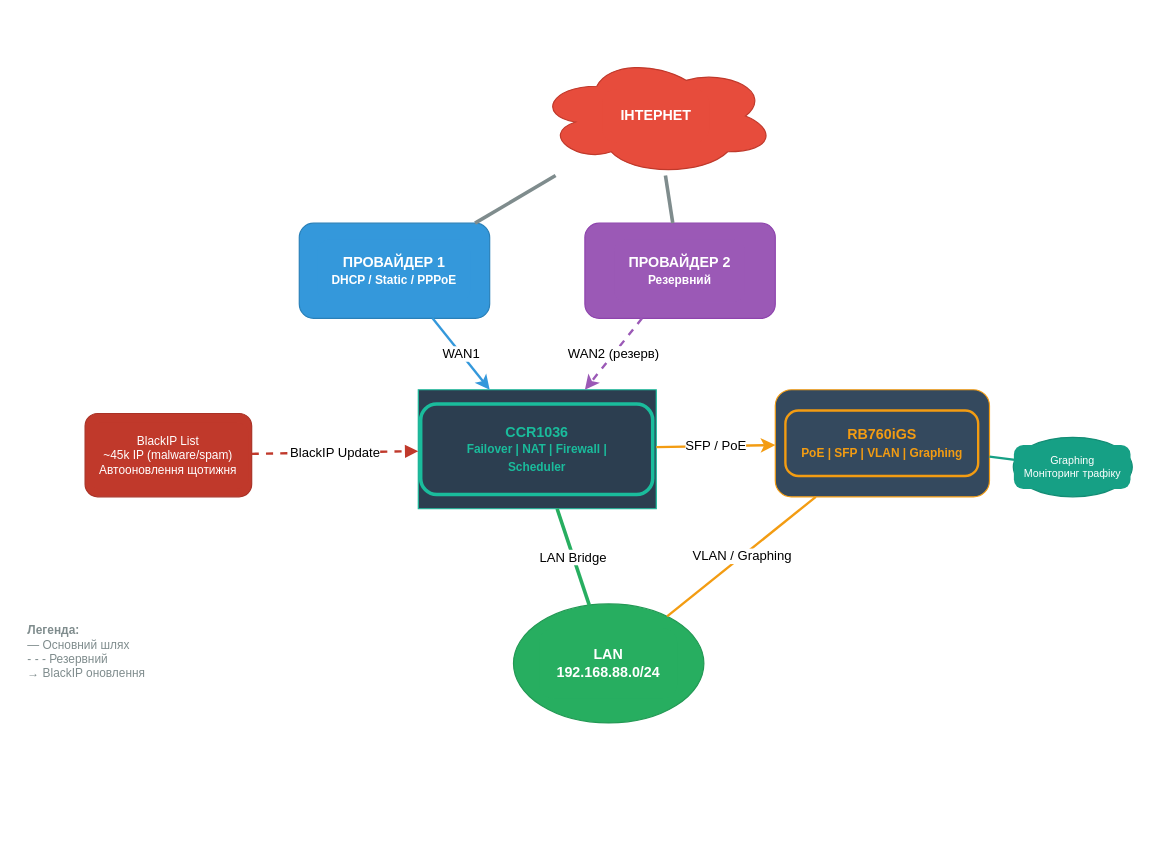
Before: diagrams/topology-failover.drawio in M1rwana12/mikrotik-setup-guide, a draw.io diagram. Source tidied: cells renumbered, new cells numbered last; positions are measured from the earlier drawing's top-left corner, leaving out a move shared by most shapes. Both pictures are drawn from the tidied source at 119%, with x=0, y=0 at pixel (25, 56).
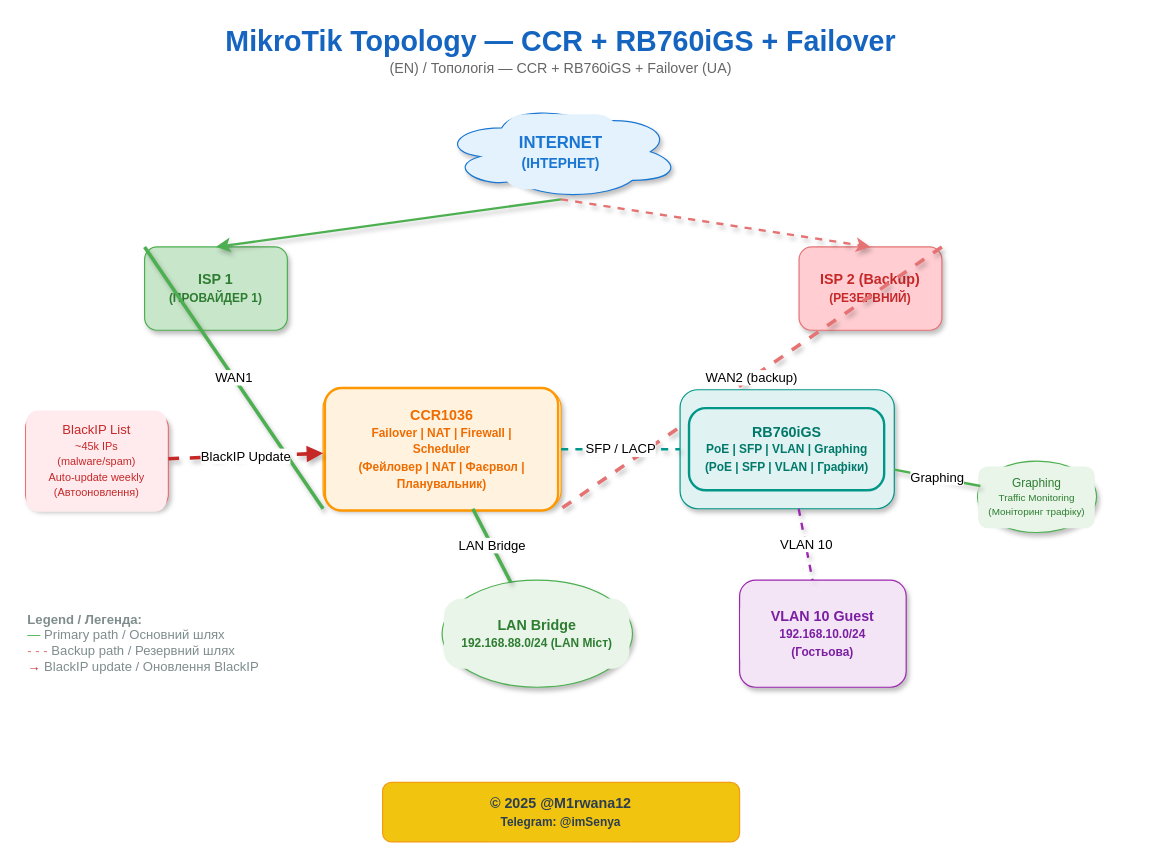
After the change.

Commit message (it also covers changes not shown here):
refactor: update topology-failover — EN + UA labels, @M1rwana12 authorship

The edit, as a diff of the source:
```diff
@@
+    <mxCell id="20" value="&lt;div style='font-size:24px; font-weight:bold; color:#1565c0; text-align:center;'&gt;MikroTik Topology — CCR + RB760iGS + Failover&lt;/div&gt;&lt;div style='font-size:12px; color:#666; text-align:center;'&gt;(EN) / Топологія — CCR + RB760iGS + Failover (UA)&lt;/div&gt;" style="text;html=1;align=center;verticalAlign=middle;whiteSpace=wrap;rounded=0;fontSize=20;fontFamily=Helvetica;" parent="1" vertex="1">
+      <mxGeometry y="-30" width="900" height="50" as="geometry" />
+    </mxCell>
-    <mxCell id="2" value="&lt;div style=&quot;background:#e74c3c; color:white; padding:15px; border-radius:12px; font-weight:bold; text-align:center;&quot;&gt;ІНТЕРНЕТ&lt;/div&gt;" style="shape=cloud;whiteSpace=wrap;html=1;fillColor=#e74c3c;strokeColor=#c0392b;fontColor=#ffffff;fontStyle=1;" parent="1" vertex="1">
-      <mxGeometry x="430" width="200" height="100" as="geometry" />
+    <mxCell id="2" value="&lt;div style='background:#e3f2fd; color:#1976d2; padding:15px; border-radius:20px; font-weight:bold; text-align:center;'&gt;INTERNET&lt;br&gt;&lt;small&gt;(ІНТЕРНЕТ)&lt;/small&gt;&lt;/div&gt;" style="shape=cloud;whiteSpace=wrap;html=1;fillColor=#e3f2fd;strokeColor=#1976d2;fontColor=#1976d2;fontStyle=1;fontSize=14;shadow=1;" parent="1" vertex="1">
+      <mxGeometry x="350" y="40" width="200" height="80" as="geometry" />
     </mxCell>
-    <mxCell id="3" value="&lt;div style=&quot;background:#3498db; color:white; padding:12px; border-radius:10px; font-weight:bold;&quot;&gt;ПРОВАЙДЕР 1&lt;br&gt;&lt;small&gt;DHCP / Static / PPPoE&lt;/small&gt;&lt;/div&gt;" style="rounded=1;whiteSpace=wrap;html=1;fillColor=#3498db;strokeColor=#2980b9;fontColor=#ffffff;" parent="1" vertex="1">
-      <mxGeometry x="230" y="140" width="160" height="80" as="geometry" />
+    <mxCell id="3" value="&lt;div style='background:#c8e6c9; color:#2e7d32; padding:12px; border-radius:15px; font-weight:bold; text-align:center;'&gt;ISP 1&lt;br&gt;&lt;small&gt;(ПРОВАЙДЕР 1)&lt;/small&gt;&lt;/div&gt;" style="rounded=1;whiteSpace=wrap;html=1;fillColor=#c8e6c9;strokeColor=#4caf50;fontColor=#2e7d32;fontSize=12;shadow=1;" parent="1" vertex="1">
+      <mxGeometry x="100" y="160" width="120" height="70" as="geometry" />
     </mxCell>
+    <mxCell id="10" style="endArrow=classic;html=1;strokeColor=#4caf50;strokeWidth=2;exitX=0.5;exitY=1;entryX=0.5;entryY=0;shadow=1;" parent="1" edge="1" source="2" target="3">
+      <mxGeometry relative="1" as="geometry" />
+    </mxCell>
-    <mxCell id="4" value="&lt;div style=&quot;background:#9b59b6; color:white; padding:12px; border-radius:10px; font-weight:bold;&quot;&gt;ПРОВАЙДЕР 2&lt;br&gt;&lt;small&gt;Резервний&lt;/small&gt;&lt;/div&gt;" style="rounded=1;whiteSpace=wrap;html=1;fillColor=#9b59b6;strokeColor=#8e44ad;fontColor=#ffffff;" parent="1" vertex="1">
-      <mxGeometry x="470" y="140" width="160" height="80" as="geometry" />
+    <mxCell id="4" value="&lt;div style='background:#ffcdd2; color:#c62828; padding:12px; border-radius:15px; font-weight:bold; text-align:center;'&gt;ISP 2 (Backup)&lt;br&gt;&lt;small&gt;(РЕЗЕРВНИЙ)&lt;/small&gt;&lt;/div&gt;" style="rounded=1;whiteSpace=wrap;html=1;fillColor=#ffcdd2;strokeColor=#e57373;fontColor=#c62828;fontSize=12;shadow=1;" parent="1" vertex="1">
+      <mxGeometry x="650" y="160" width="120" height="70" as="geometry" />
     </mxCell>
+    <mxCell id="11" style="endArrow=classic;html=1;strokeColor=#e57373;strokeWidth=2;dashed=1;exitX=0.5;exitY=1;entryX=0.5;entryY=0;shadow=1;" parent="1" edge="1" source="2" target="4">
+      <mxGeometry relative="1" as="geometry" />
+    </mxCell>
-    <mxCell id="5" value="&lt;div style=&quot;background:#2c3e50; color:#1abc9c; padding:15px; border-radius:15px; font-weight:bold; border:3px solid #1abc9c;&quot;&gt;CCR1036&lt;br&gt;&lt;small&gt;Failover | NAT | Firewall | Scheduler&lt;/small&gt;&lt;/div&gt;" style="shape=mxgraph.basic.rect;whiteSpace=wrap;html=1;fillColor=#2c3e50;strokeColor=#1abc9c;fontColor=#1abc9c;fontStyle=1;" parent="1" vertex="1">
-      <mxGeometry x="330" y="280" width="200" height="100" as="geometry" />
+    <mxCell id="5" value="&lt;div style='background:#fff3e0; color:#ef6c00; padding:15px; border-radius:15px; font-weight:bold; text-align:center; border:2px solid #ff9800;'&gt;CCR1036&lt;br&gt;&lt;small&gt;Failover | NAT | Firewall | Scheduler&lt;br&gt;(Фейловер | NAT | Фаєрвол | Планувальник)&lt;/small&gt;&lt;/div&gt;" style="rounded=1;whiteSpace=wrap;html=1;fillColor=#fff3e6;strokeColor=#ff9800;fontColor=#ef6c00;fontSize=12;shadow=1;" parent="1" vertex="1">
+      <mxGeometry x="250" y="280" width="200" height="100" as="geometry" />
     </mxCell>
-    <mxCell id="6" value="&lt;div style=&quot;background:#34495e; color:#f39c12; padding:12px; border-radius:12px; font-weight:bold; border:2px solid #f39c12;&quot;&gt;RB760iGS&lt;br&gt;&lt;small&gt;PoE | SFP | VLAN | Graphing&lt;/small&gt;&lt;/div&gt;" style="rounded=1;whiteSpace=wrap;html=1;fillColor=#34495e;strokeColor=#f39c12;fontColor=#f39c12;" parent="1" vertex="1">
-      <mxGeometry x="630" y="280" width="180" height="90" as="geometry" />
-    </mxCell>
-    <mxCell id="7" value="&lt;div style=&quot;background:#27ae60; color:white; padding:15px; border-radius:12px; font-weight:bold;&quot;&gt;LAN&lt;br&gt;192.168.88.0/24&lt;/div&gt;" style="ellipse;whiteSpace=wrap;html=1;fillColor=#27ae60;strokeColor=#229954;fontColor=#ffffff;" parent="1" vertex="1">
-      <mxGeometry x="410" y="460" width="160" height="100" as="geometry" />
-    </mxCell>
-    <mxCell id="8" value="&lt;div style=&quot;background:#c0392b; color:white; padding:10px; border-radius:10px; font-size:10px;&quot;&gt;BlackIP List&lt;br&gt;~45k IP (malware/spam)&lt;br&gt;Автооновлення щотижня&lt;/div&gt;" style="rounded=1;whiteSpace=wrap;html=1;fillColor=#c0392b;strokeColor=#a93226;fontColor=#ffffff;fontSize=10;" parent="1" vertex="1">
-      <mxGeometry x="50" y="300" width="140" height="70" as="geometry" />
-    </mxCell>
-    <mxCell id="9" value="&lt;div style=&quot;background:#16a085; color:white; padding:8px; border-radius:8px; font-size:9px;&quot;&gt;Graphing&lt;br&gt;Моніторинг трафіку&lt;/div&gt;" style="ellipse;whiteSpace=wrap;html=1;fillColor=#16a085;strokeColor=#138d75;fontColor=#ffffff;fontSize=9;" parent="1" vertex="1">
-      <mxGeometry x="830" y="320" width="100" height="50" as="geometry" />
-    </mxCell>
-    <mxCell id="10" style="endArrow=none;html=1;strokeColor=#7f8c8d;strokeWidth=3;" parent="1" edge="1" source="2" target="3">
-      <mxGeometry relative="1" as="geometry" />
-    </mxCell>
-    <mxCell id="11" style="endArrow=none;html=1;strokeColor=#7f8c8d;strokeWidth=3;" parent="1" edge="1" source="2" target="4">
-      <mxGeometry relative="1" as="geometry" />
-    </mxCell>
-    <mxCell id="12" value="WAN1" style="endArrow=classic;html=1;strokeColor=#3498db;strokeWidth=2;labelBackgroundColor=#ffffff;" parent="1" edge="1" source="3" target="5">
+    <mxCell id="12" value="WAN1" style="endArrow=none;html=1;strokeColor=#4caf50;strokeWidth=3;exitX=0;exitY=0;entryX=0;entryY=1;shadow=1;fontSize=11;" parent="1" edge="1" source="3" target="5">
       <mxGeometry relative="1" as="geometry" />
     </mxCell>
-    <mxCell id="13" value="WAN2 (резерв)" style="endArrow=classic;html=1;strokeColor=#9b59b6;strokeWidth=2;dashed=1;labelBackgroundColor=#ffffff;" parent="1" edge="1" source="4" target="5">
+    <mxCell id="13" value="WAN2 (backup)" style="endArrow=none;html=1;strokeColor=#e57373;strokeWidth=3;dashed=1;exitX=1;exitY=0;entryX=1;entryY=1;shadow=1;fontSize=11;" parent="1" edge="1" source="4" target="5">
       <mxGeometry relative="1" as="geometry" />
     </mxCell>
+    <mxCell id="21" value="&lt;div style='background:#e0f2f1; color:#00796b; padding:12px; border-radius:15px; font-weight:bold; text-align:center; border:2px solid #009688;'&gt;RB760iGS&lt;br&gt;&lt;small&gt;PoE | SFP | VLAN | Graphing&lt;br&gt;(PoE | SFP | VLAN | Графіки)&lt;/small&gt;&lt;/div&gt;" style="rounded=1;whiteSpace=wrap;html=1;fillColor=#e0f2f1;strokeColor=#009688;fontColor=#00796b;fontSize=12;shadow=1;" parent="1" vertex="1">
+      <mxGeometry x="550" y="280" width="180" height="100" as="geometry" />
+    </mxCell>
+    <mxCell id="22" value="SFP / LACP" style="endArrow=none;html=1;strokeColor=#009688;strokeWidth=2;dashed=1;shadow=1;fontSize=11;" parent="1" edge="1" source="5" target="21">
+      <mxGeometry relative="1" as="geometry" />
+    </mxCell>
+    <mxCell id="7" value="&lt;div style='background:#e8f5e8; color:#2e7d32; padding:15px; border-radius:15px; font-weight:bold; text-align:center;'&gt;LAN Bridge&lt;br&gt;&lt;small&gt;192.168.88.0/24 (LAN Міст)&lt;/small&gt;&lt;/div&gt;" style="ellipse;whiteSpace=wrap;html=1;fillColor=#e8f5e8;strokeColor=#4caf50;fontColor=#2e7d32;fontSize=12;shadow=1;" parent="1" vertex="1">
+      <mxGeometry x="350" y="440" width="160" height="90" as="geometry" />
+    </mxCell>
-    <mxCell id="14" value="LAN Bridge" style="endArrow=none;html=1;strokeColor=#27ae60;strokeWidth=3;" parent="1" edge="1" source="5" target="7">
+    <mxCell id="14" value="LAN Bridge" style="endArrow=none;html=1;strokeColor=#4caf50;strokeWidth=3;shadow=1;fontSize=11;" parent="1" edge="1" source="5" target="7">
       <mxGeometry relative="1" as="geometry" />
     </mxCell>
-    <mxCell id="15" value="SFP / PoE" style="endArrow=classic;html=1;strokeColor=#f39c12;strokeWidth=2;" parent="1" edge="1" source="5" target="6">
-      <mxGeometry relative="1" as="geometry" />
-    </mxCell>
-    <mxCell id="16" value="VLAN / Graphing" style="endArrow=none;html=1;strokeColor=#f39c12;strokeWidth=2;" parent="1" edge="1" source="6" target="7">
-      <mxGeometry relative="1" as="geometry" />
-    </mxCell>
+    <mxCell id="23" value="&lt;div style='background:#f3e5f5; color:#7b1fa2; padding:12px; border-radius:15px; font-weight:bold; text-align:center;'&gt;VLAN 10 Guest&lt;br&gt;&lt;small&gt;192.168.10.0/24 (Гостьова)&lt;/small&gt;&lt;/div&gt;" style="rounded=1;whiteSpace=wrap;html=1;fillColor=#f3e5f5;strokeColor=#9c27b0;fontColor=#7b1fa2;fontSize=12;shadow=1;" parent="1" vertex="1">
+      <mxGeometry x="600" y="440" width="140" height="90" as="geometry" />
+    </mxCell>
+    <mxCell id="24" value="VLAN 10" style="endArrow=none;html=1;strokeColor=#9c27b0;strokeWidth=2;dashed=1;shadow=1;fontSize=11;" parent="1" edge="1" source="21" target="23">
+      <mxGeometry relative="1" as="geometry" />
+    </mxCell>
+    <mxCell id="8" value="&lt;div style='background:#ffebee; color:#c62828; padding:10px; border-radius:10px; font-size:11px; text-align:center;'&gt;BlackIP List&lt;br&gt;&lt;small&gt;~45k IPs (malware/spam)&lt;br&gt;Auto-update weekly (Автооновлення)&lt;/small&gt;&lt;/div&gt;" style="rounded=1;whiteSpace=wrap;html=1;fillColor=#ffebee;strokeColor=#e57373;fontColor=#c62828;fontSize=11;shadow=1;" parent="1" vertex="1">
+      <mxGeometry y="300" width="120" height="80" as="geometry" />
+    </mxCell>
-    <mxCell id="17" value="BlackIP Update" style="endArrow=block;html=1;strokeColor=#c0392b;strokeWidth=2;dashed=1;labelBackgroundColor=#ffffff;" parent="1" edge="1" source="8" target="5">
+    <mxCell id="17" value="BlackIP Update" style="endArrow=block;html=1;strokeColor=#c62828;strokeWidth=3;dashed=1;shadow=1;fontSize=11;" parent="1" edge="1" source="8" target="5">
       <mxGeometry relative="1" as="geometry" />
     </mxCell>
-    <mxCell id="18" style="endArrow=none;html=1;strokeColor=#16a085;strokeWidth=2;" parent="1" edge="1" source="6" target="9">
-      <mxGeometry relative="1" as="geometry" />
-    </mxCell>
+    <mxCell id="9" value="&lt;div style='background:#e8f5e8; color:#2e7d32; padding:8px; border-radius:8px; font-size:10px; text-align:center;'&gt;Graphing&lt;br&gt;&lt;small&gt;Traffic Monitoring (Моніторинг трафіку)&lt;/small&gt;&lt;/div&gt;" style="ellipse;whiteSpace=wrap;html=1;fillColor=#e8f5e8;strokeColor=#4caf50;fontColor=#2e7d32;fontSize=10;shadow=1;" parent="1" vertex="1">
+      <mxGeometry x="800" y="340" width="100" height="60" as="geometry" />
+    </mxCell>
+    <mxCell id="25" value="Graphing" style="endArrow=none;html=1;strokeColor=#4caf50;strokeWidth=2;shadow=1;fontSize=11;" parent="1" edge="1" source="21" target="9">
+      <mxGeometry relative="1" as="geometry" />
+    </mxCell>
-    <mxCell id="19" value="&lt;div style=&quot;font-size:10px; color:#7f8c8d;&quot;&gt;&lt;b&gt;Легенда:&lt;/b&gt;&lt;br&gt;— Основний шлях&lt;br&gt;- - - Резервний&lt;br&gt;→ BlackIP оновлення&lt;/div&gt;" style="text;html=1;strokeColor=none;fillColor=none;align=left;verticalAlign=middle;" parent="1" vertex="1">
-      <mxGeometry y="460" width="150" height="80" as="geometry" />
+    <mxCell id="19" value="&lt;div style='font-size:11px; color:#7f8c8d; text-align:left;'&gt;&lt;b&gt;Legend / Легенда:&lt;/b&gt;&lt;br&gt;&lt;span style='color:#4caf50'&gt;—&lt;/span&gt; Primary path / Основний шлях&lt;br&gt;&lt;span style='color:#e57373'&gt;- - -&lt;/span&gt; Backup path / Резервний шлях&lt;br&gt;&lt;span style='color:#c62828'&gt;→&lt;/span&gt; BlackIP update / Оновлення BlackIP&lt;/div&gt;" style="text;html=1;align=left;verticalAlign=top;whiteSpace=wrap;rounded=1;fontSize=11;fontColor=#7f8c8d;" parent="1" vertex="1">
+      <mxGeometry y="460" width="200" height="100" as="geometry" />
     </mxCell>
+    <mxCell id="26" value="&lt;div style='background:#f1c40f; color:#2c3e50; padding:10px; border-radius:12px; font-weight:bold; text-align:center; font-size:12px;'&gt;© 2025 @M1rwana12&lt;br&gt;&lt;small&gt;Telegram: @imSenya&lt;/small&gt;&lt;/div&gt;" style="rounded=1;whiteSpace=wrap;html=1;fillColor=#f1c40f;strokeColor=#f39c12;fontColor=#2c3e50;fontStyle=1;fontSize=12;" parent="1" vertex="1">
+      <mxGeometry x="300" y="610" width="300" height="50" as="geometry" />
+    </mxCell>
```
